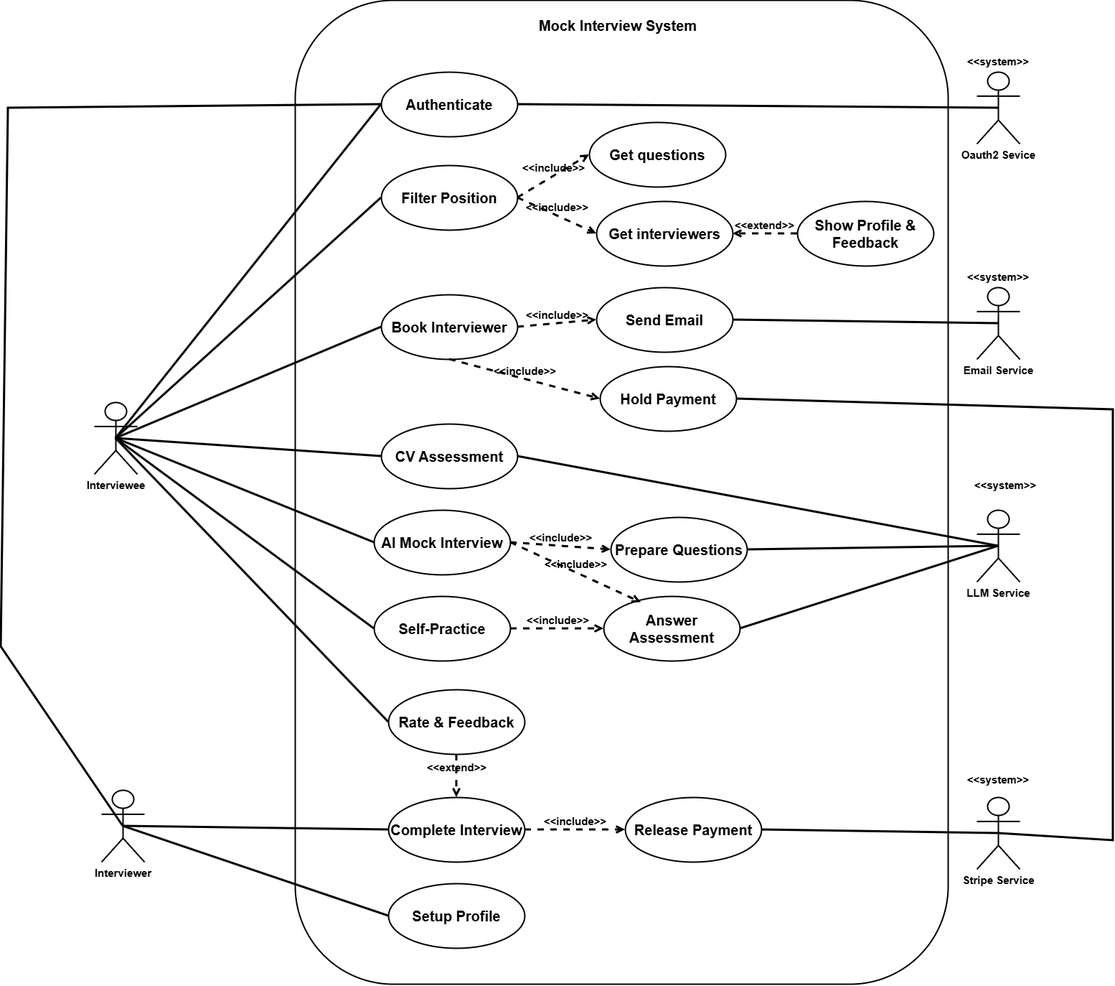
This is docs/analysis_and_design/use_case_UML/UseCase picture.png from Quanbro07/SE-Master-Interview, a draw.io export, as it was before one commit. Source tidied: cells renumbered, new cells last; positions are measured from the earlier drawing's top-left corner, leaving out a move shared by most shapes.
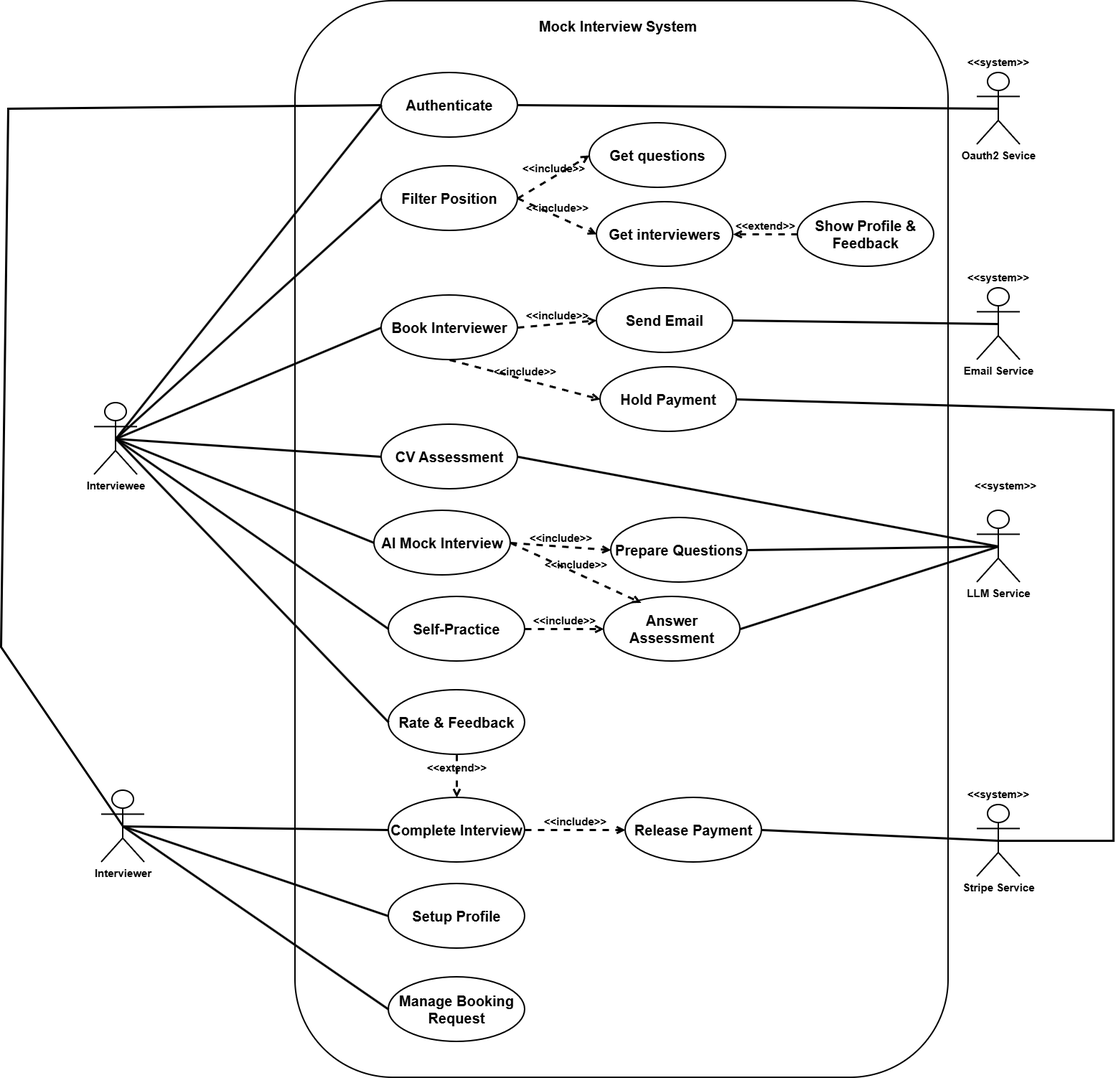
Above is the later version.

Diff of the diagram source:
```diff
@@ -3,7 +3,7 @@
     <mxCell id="0" />
     <mxCell id="1" parent="0" />
     <mxCell id="2" style="rounded=1;whiteSpace=wrap;html=1;direction=south;strokeWidth=2;" parent="1" vertex="1">
-      <mxGeometry x="410" width="910" height="1370" as="geometry" />
+      <mxGeometry x="410" width="910" height="1500" as="geometry" />
     </mxCell>
     <mxCell id="3" value="&lt;font&gt;&lt;span&gt;Interviewee&lt;/span&gt;&lt;/font&gt;" style="shape=umlActor;verticalLabelPosition=bottom;verticalAlign=top;html=1;strokeWidth=2;fontSize=15;fontStyle=1;" parent="1" vertex="1">
       <mxGeometry x="130" y="560" width="60" height="100" as="geometry" />
@@ -36,7 +36,7 @@
       <mxGeometry relative="1" as="geometry" />
     </mxCell>
     <mxCell id="13" value="&lt;font&gt;&lt;span&gt;Stripe Service&lt;/span&gt;&lt;/font&gt;" style="shape=umlActor;verticalLabelPosition=bottom;verticalAlign=top;html=1;strokeWidth=2;fontSize=15;fontStyle=1;" parent="1" vertex="1">
-      <mxGeometry x="1360" y="1110" width="60" height="100" as="geometry" />
+      <mxGeometry x="1360" y="1120" width="60" height="100" as="geometry" />
     </mxCell>
     <mxCell id="14" value="&lt;font style=&quot;font-size: 20px;&quot;&gt;&lt;b style=&quot;&quot;&gt;Book Interviewer&lt;/b&gt;&lt;/font&gt;" style="ellipse;whiteSpace=wrap;html=1;strokeWidth=2;" parent="1" vertex="1">
       <mxGeometry x="530" y="410" width="190" height="90" as="geometry" />
@@ -129,7 +129,7 @@
       <mxGeometry relative="1" as="geometry" />
     </mxCell>
     <mxCell id="44" value="&lt;font style=&quot;font-size: 20px;&quot;&gt;&lt;b style=&quot;&quot;&gt;Self-Practice&lt;/b&gt;&lt;/font&gt;" style="ellipse;whiteSpace=wrap;html=1;strokeWidth=2;" parent="1" vertex="1">
-      <mxGeometry x="520" y="830" width="190" height="90" as="geometry" />
+      <mxGeometry x="540" y="830" width="190" height="90" as="geometry" />
     </mxCell>
     <mxCell id="45" style="endArrow=none;html=1;rounded=0;strokeWidth=3;exitX=0.5;exitY=0.5;exitDx=0;exitDy=0;exitPerimeter=0;entryX=0;entryY=0.5;entryDx=0;entryDy=0;" parent="1" edge="1" source="3" target="44">
       <mxGeometry relative="1" as="geometry" />
@@ -153,7 +153,7 @@
       <mxGeometry x="1370" y="660" width="60" height="30" as="geometry" />
     </mxCell>
     <mxCell id="52" value="&lt;font style=&quot;font-size: 15px;&quot;&gt;&lt;b&gt;&amp;lt;&amp;lt;system&amp;gt;&amp;gt;&lt;/b&gt;&lt;/font&gt;" style="text;html=1;whiteSpace=wrap;strokeColor=none;fillColor=none;align=center;verticalAlign=middle;rounded=0;" parent="1" vertex="1">
-      <mxGeometry x="1360" y="1070" width="60" height="30" as="geometry" />
+      <mxGeometry x="1360" y="1090" width="60" height="30" as="geometry" />
     </mxCell>
     <mxCell id="53" style="endArrow=none;html=1;rounded=0;strokeWidth=3;exitX=0.5;exitY=0.5;exitDx=0;exitDy=0;exitPerimeter=0;entryX=0;entryY=0.5;entryDx=0;entryDy=0;" parent="1" edge="1" source="3" target="38">
       <mxGeometry relative="1" as="geometry" />
@@ -180,5 +180,11 @@
     <mxCell id="57" style="endArrow=none;html=1;rounded=0;strokeWidth=3;exitX=0.5;exitY=0.5;exitDx=0;exitDy=0;exitPerimeter=0;entryX=0;entryY=0.5;entryDx=0;entryDy=0;" parent="1" edge="1" source="27" target="56">
       <mxGeometry relative="1" as="geometry" />
     </mxCell>
+    <mxCell id="58" value="&lt;span style=&quot;font-size: 20px;&quot;&gt;&lt;b&gt;Manage Booking Request&lt;/b&gt;&lt;/span&gt;" style="ellipse;whiteSpace=wrap;html=1;strokeWidth=2;" parent="1" vertex="1">
+      <mxGeometry x="540" y="1360" width="190" height="90" as="geometry" />
+    </mxCell>
+    <mxCell id="59" style="endArrow=none;html=1;rounded=0;strokeWidth=3;entryX=0;entryY=0.5;entryDx=0;entryDy=0;exitX=0.5;exitY=0.5;exitDx=0;exitDy=0;exitPerimeter=0;" parent="1" edge="1" source="27" target="58">
+      <mxGeometry relative="1" as="geometry" />
+    </mxCell>
   </root>
 </mxGraphModel>
```
